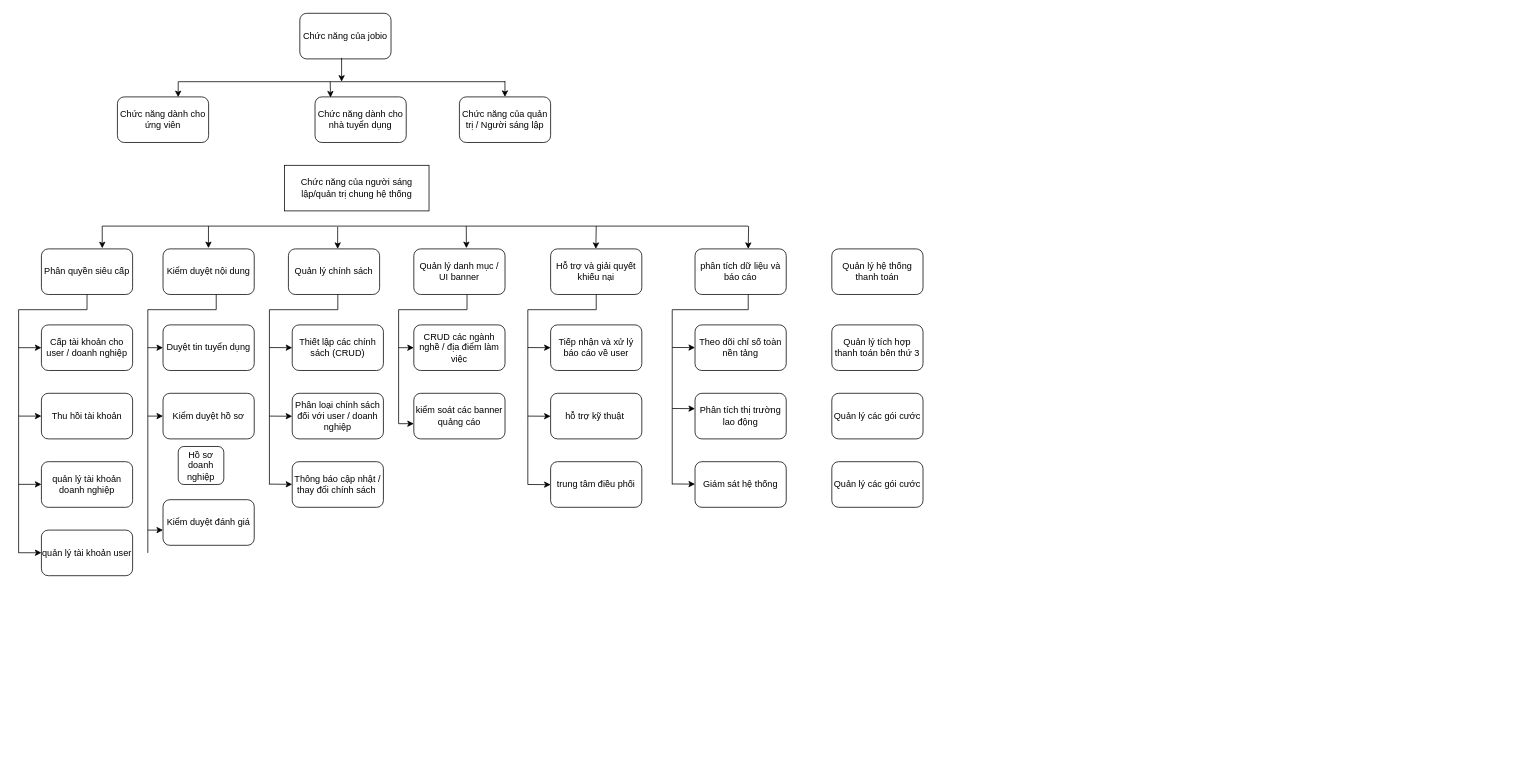
vuongnd03/black-had keeps this draw.io diagram as jobio.drawio. Above is the earlier version. Source tidied: cells renumbered, new cells numbered last; positions are measured from the earlier drawing's top-left corner, leaving out a move shared by most shapes. Both pictures are drawn from the tidied source at 76%, with x=0, y=0 at pixel (18, 13).
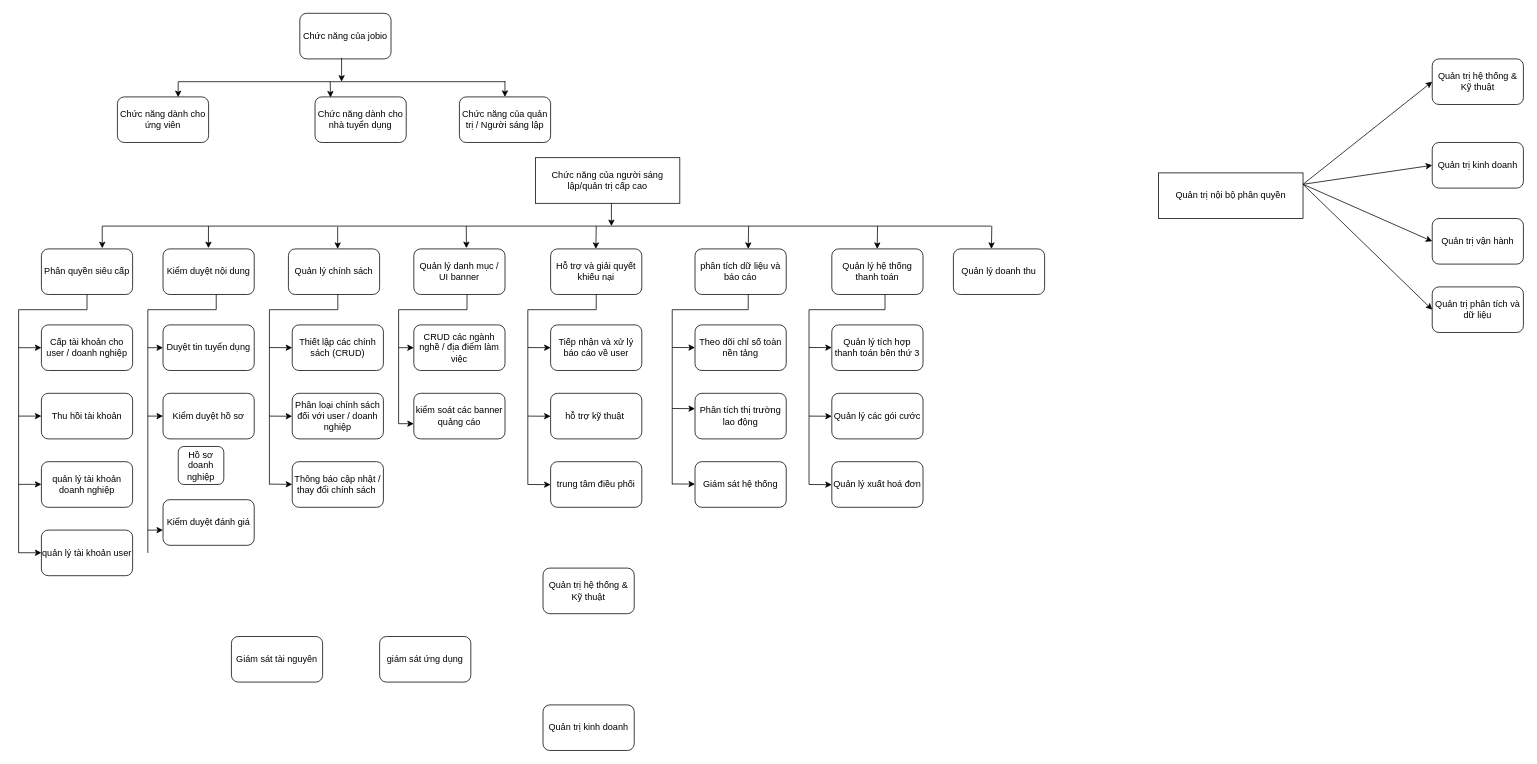
After the change.

The edit, as a diff of the source:
```diff
@@
-    <mxCell id="11" value="Chức năng của người sáng lập/quản trị chung hệ thống" style="rounded=0;whiteSpace=wrap;html=1;" parent="1" vertex="1">
-      <mxGeometry x="350" y="200" width="190" height="60" as="geometry" />
+    <mxCell id="11" value="Chức năng của người sáng lập/quản trị cấp cao" style="rounded=0;whiteSpace=wrap;html=1;" parent="1" vertex="1">
+      <mxGeometry x="680" y="190" width="190" height="60" as="geometry" />
     </mxCell>
@@
     <mxCell id="42" style="endArrow=none;html=1;rounded=0;" parent="1" edge="1">
       <mxGeometry relative="1" as="geometry">
         <mxPoint x="110" y="280" as="sourcePoint" />
-        <mxPoint x="960" y="280" as="targetPoint" />
+        <mxPoint x="1280" y="280" as="targetPoint" />
       </mxGeometry>
     </mxCell>
@@
-    <mxCell id="77" value="Quản lý các gói cước" style="rounded=1;whiteSpace=wrap;html=1;" parent="1" vertex="1">
+    <mxCell id="77" value="Quản lý xuất hoá đơn" style="rounded=1;whiteSpace=wrap;html=1;" parent="1" vertex="1">
       <mxGeometry x="1070" y="590" width="120" height="60" as="geometry" />
     </mxCell>
+    <mxCell id="78" style="endArrow=none;html=1;rounded=0;" parent="1" edge="1">
+      <mxGeometry relative="1" as="geometry">
+        <mxPoint x="1040" y="620" as="sourcePoint" />
+        <mxPoint x="1040" y="390" as="targetPoint" />
+      </mxGeometry>
+    </mxCell>
+    <mxCell id="79" style="endArrow=classic;html=1;rounded=0;entryX=0;entryY=0.5;entryDx=0;entryDy=0;" parent="1" edge="1">
+      <mxGeometry relative="1" as="geometry">
+        <mxPoint x="1040" y="439.7" as="sourcePoint" />
+        <mxPoint x="1070" y="439.9" as="targetPoint" />
+      </mxGeometry>
+    </mxCell>
+    <mxCell id="80" style="endArrow=classic;html=1;rounded=0;entryX=0;entryY=0.5;entryDx=0;entryDy=0;" parent="1" edge="1">
+      <mxGeometry relative="1" as="geometry">
+        <mxPoint x="1040" y="530" as="sourcePoint" />
+        <mxPoint x="1070" y="530.2" as="targetPoint" />
+      </mxGeometry>
+    </mxCell>
+    <mxCell id="81" style="endArrow=classic;html=1;rounded=0;entryX=0;entryY=0.5;entryDx=0;entryDy=0;" parent="1" edge="1">
+      <mxGeometry relative="1" as="geometry">
+        <mxPoint x="1040" y="620" as="sourcePoint" />
+        <mxPoint x="1070" y="620.2" as="targetPoint" />
+      </mxGeometry>
+    </mxCell>
+    <mxCell id="82" style="endArrow=none;html=1;rounded=0;entryX=0.5;entryY=1;entryDx=0;entryDy=0;" parent="1" edge="1">
+      <mxGeometry relative="1" as="geometry">
+        <mxPoint x="1040" y="390" as="sourcePoint" />
+        <mxPoint x="1140" y="370" as="targetPoint" />
+        <Array as="points">
+          <mxPoint x="1140" y="390" />
+        </Array>
+      </mxGeometry>
+    </mxCell>
+    <mxCell id="83" style="endArrow=classic;html=1;rounded=0;entryX=0.577;entryY=-0.016;entryDx=0;entryDy=0;entryPerimeter=0;" parent="1" edge="1">
+      <mxGeometry relative="1" as="geometry">
+        <mxPoint x="1130.2" y="280" as="sourcePoint" />
+        <mxPoint x="1129.7" y="310" as="targetPoint" />
+      </mxGeometry>
+    </mxCell>
+    <mxCell id="84" value="Quản lý doanh thu" style="rounded=1;whiteSpace=wrap;html=1;" parent="1" vertex="1">
+      <mxGeometry x="1230" y="310" width="120" height="60" as="geometry" />
+    </mxCell>
+    <mxCell id="85" style="endArrow=classic;html=1;rounded=0;" parent="1" edge="1">
+      <mxGeometry relative="1" as="geometry">
+        <mxPoint x="780" y="250" as="sourcePoint" />
+        <mxPoint x="780" y="280" as="targetPoint" />
+      </mxGeometry>
+    </mxCell>
+    <mxCell id="86" style="endArrow=classic;html=1;rounded=0;entryX=0.577;entryY=-0.016;entryDx=0;entryDy=0;entryPerimeter=0;" parent="1" edge="1">
+      <mxGeometry relative="1" as="geometry">
+        <mxPoint x="1280.5" y="280" as="sourcePoint" />
+        <mxPoint x="1280" y="310" as="targetPoint" />
+      </mxGeometry>
+    </mxCell>
+    <mxCell id="87" value="Quản trị nội bộ phân quyền" style="rounded=0;whiteSpace=wrap;html=1;" parent="1" vertex="1">
+      <mxGeometry x="1500" y="210" width="190" height="60" as="geometry" />
+    </mxCell>
+    <mxCell id="88" value="Quản trị hệ thống &amp;amp; Kỹ thuật" style="rounded=1;whiteSpace=wrap;html=1;" parent="1" vertex="1">
+      <mxGeometry x="1860" y="60" width="120" height="60" as="geometry" />
+    </mxCell>
+    <mxCell id="89" value="Quản trị kinh doanh" style="rounded=1;whiteSpace=wrap;html=1;" parent="1" vertex="1">
+      <mxGeometry x="1860" y="170" width="120" height="60" as="geometry" />
+    </mxCell>
+    <mxCell id="90" value="Quản trị vận hành" style="rounded=1;whiteSpace=wrap;html=1;" parent="1" vertex="1">
+      <mxGeometry x="1860" y="270" width="120" height="60" as="geometry" />
+    </mxCell>
+    <mxCell id="91" value="Quản trị phân tích và dữ liệu" style="rounded=1;whiteSpace=wrap;html=1;" parent="1" vertex="1">
+      <mxGeometry x="1860" y="360" width="120" height="60" as="geometry" />
+    </mxCell>
+    <mxCell id="92" style="endArrow=classic;html=1;rounded=0;exitX=1;exitY=0.25;exitDx=0;exitDy=0;" parent="1" edge="1" source="87">
+      <mxGeometry relative="1" as="geometry">
+        <mxPoint x="1860" y="90" as="targetPoint" />
+      </mxGeometry>
+    </mxCell>
+    <mxCell id="93" style="endArrow=classic;html=1;rounded=0;exitX=1;exitY=0.25;exitDx=0;exitDy=0;" parent="1" edge="1" source="87">
+      <mxGeometry relative="1" as="geometry">
+        <mxPoint x="1860" y="200" as="targetPoint" />
+      </mxGeometry>
+    </mxCell>
+    <mxCell id="94" style="endArrow=classic;html=1;rounded=0;exitX=1;exitY=0.25;exitDx=0;exitDy=0;" parent="1" edge="1" source="87">
+      <mxGeometry relative="1" as="geometry">
+        <mxPoint x="1860" y="300" as="targetPoint" />
+      </mxGeometry>
+    </mxCell>
+    <mxCell id="95" style="endArrow=classic;html=1;rounded=0;exitX=1;exitY=0.25;exitDx=0;exitDy=0;" parent="1" edge="1" source="87">
+      <mxGeometry relative="1" as="geometry">
+        <mxPoint x="1860" y="390" as="targetPoint" />
+      </mxGeometry>
+    </mxCell>
+    <mxCell id="96" value="Quản trị hệ thống &amp;amp; Kỹ thuật" style="rounded=1;whiteSpace=wrap;html=1;" parent="1" vertex="1">
+      <mxGeometry x="690" y="730" width="120" height="60" as="geometry" />
+    </mxCell>
+    <mxCell id="97" value="Giám sát tài nguyên" style="rounded=1;whiteSpace=wrap;html=1;" parent="1" vertex="1">
+      <mxGeometry x="280" y="820" width="120" height="60" as="geometry" />
+    </mxCell>
+    <mxCell id="98" value="giám sát ứng dụng" style="rounded=1;whiteSpace=wrap;html=1;" parent="1" vertex="1">
+      <mxGeometry x="475" y="820" width="120" height="60" as="geometry" />
+    </mxCell>
+    <mxCell id="99" value="Quản trị kinh doanh" style="rounded=1;whiteSpace=wrap;html=1;" parent="1" vertex="1">
+      <mxGeometry x="690" y="910" width="120" height="60" as="geometry" />
+    </mxCell>
```
